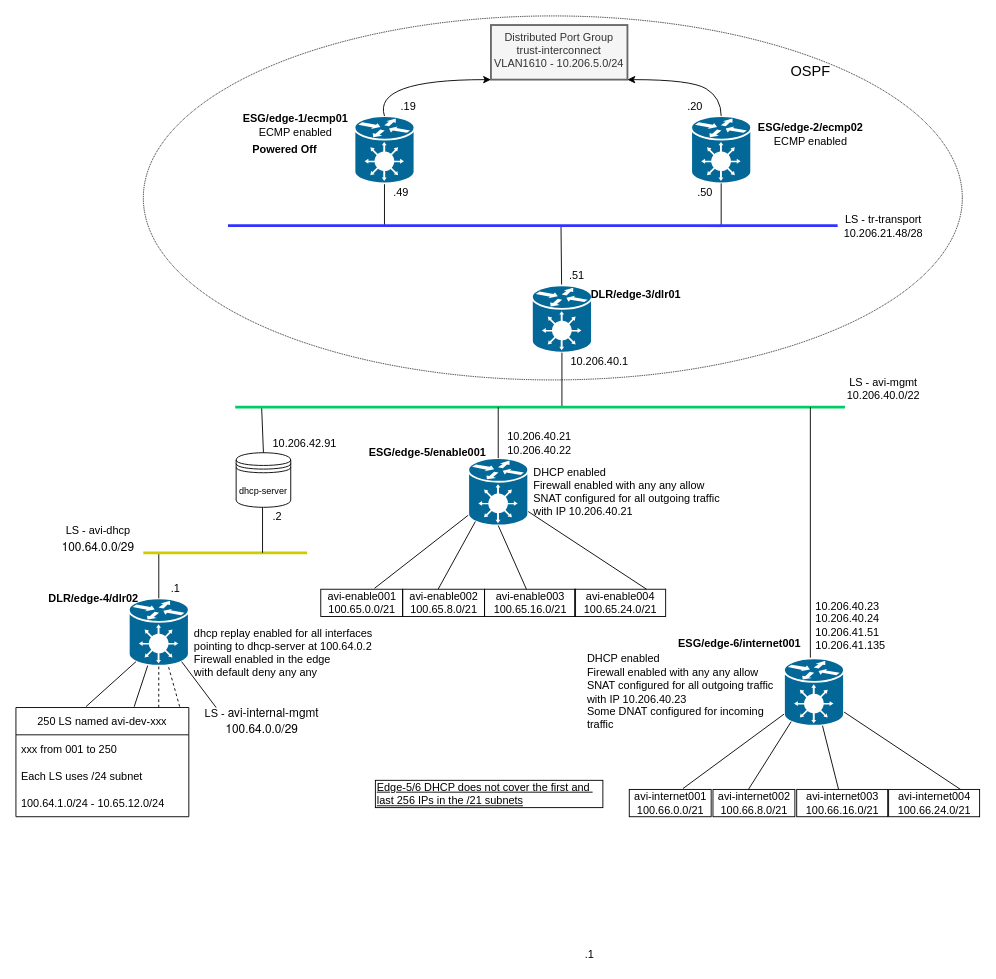
Above: avi_lab_diagram.drawio in SuperTechNow/Avi (draw.io), before the change. Source tidied: cells renumbered, new cells numbered last; positions are measured from the earlier drawing's top-left corner, leaving out a move shared by most shapes. Both pictures are drawn from the tidied source at 91%, with x=0, y=0 at pixel (15, 15).
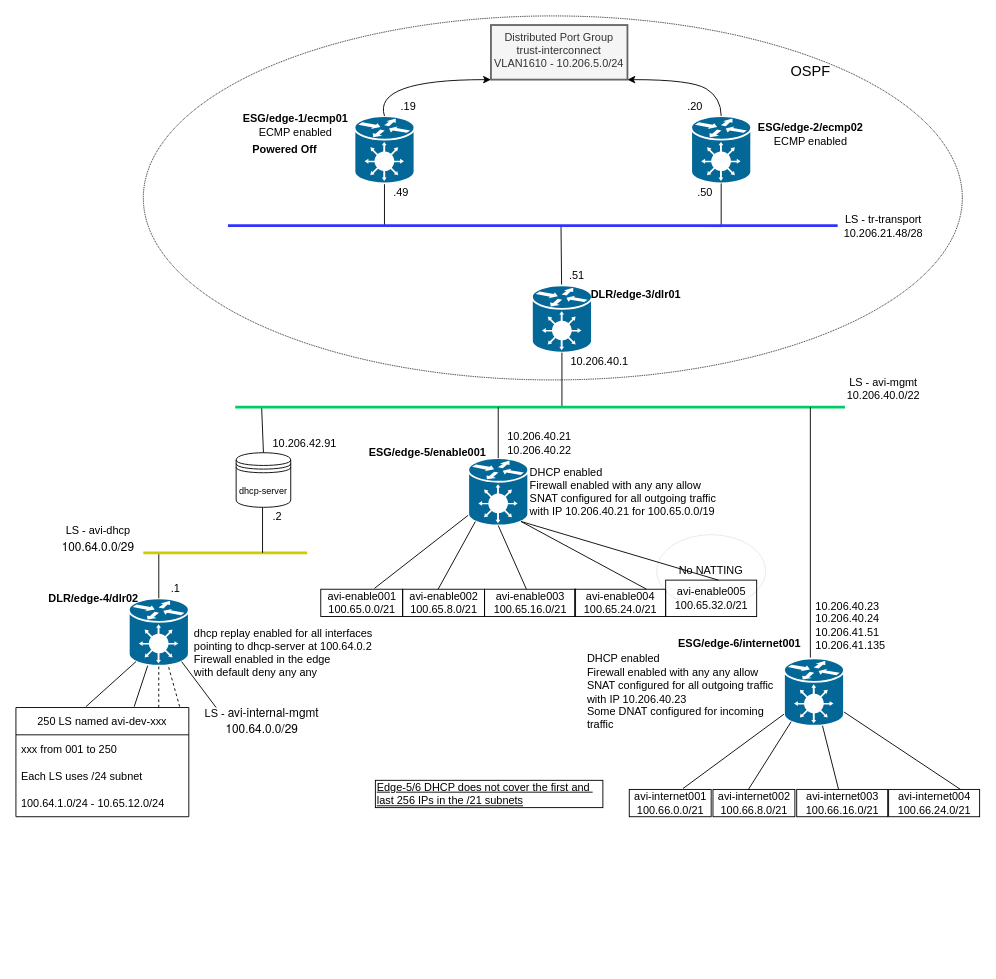
After the change.

Unchanged cells that the change refers to:
```xml
<mxCell id="50" style="shape=mxgraph.cisco.hubs_and_gateways.generic_gateway;sketch=0;html=1;dashed=0;fillColor=#036897;strokeColor=#ffffff;strokeWidth=2;verticalLabelPosition=bottom;verticalAlign=top;align=center;outlineConnect=0;" parent="1" vertex="1">
  <mxGeometry x="497" y="486" width="66" height="74" as="geometry" />
</mxCell>
<mxCell id="61" value="avi-enable004&lt;br&gt;100.65.24.0/21" style="text;html=1;align=center;verticalAlign=middle;points=[];fillColor=none;strokeColor=default;rounded=0;" parent="1" vertex="1">
  <mxGeometry x="614" y="630" width="100" height="30" as="geometry" />
</mxCell>
```

What changed in the source:
```diff
@@
+    <mxCell id="78" value="No NATTING" style="ellipse;whiteSpace=wrap;html=1;strokeWidth=0;" parent="1" vertex="1">
+      <mxGeometry x="704" y="570" width="120" height="80" as="geometry" />
+    </mxCell>
@@
-    <mxCell id="39" value=".1" style="text;html=1;align=center;verticalAlign=middle;fillColor=none;strokeColor=none;rounded=0;" parent="1" vertex="1">
-      <mxGeometry x="615" y="1021.5" width="30" height="20" as="geometry" />
-    </mxCell>
@@
-    <mxCell id="62" style="endArrow=none;html=1;rounded=0;exitX=0.79;exitY=0;exitDx=0;exitDy=0;exitPerimeter=0;" parent="1" edge="1" source="61" target="50">
+    <mxCell id="62" style="endArrow=none;html=1;rounded=0;exitX=0.79;exitY=0;exitDx=0;exitDy=0;exitPerimeter=0;entryX=0.88;entryY=0.94;entryDx=0;entryDy=0;entryPerimeter=0;" parent="1" edge="1" source="61" target="50">
       <mxGeometry relative="1" as="geometry" />
     </mxCell>
-    <mxCell id="63" value="DHCP enabled&lt;br&gt;Firewall enabled with any any allow&lt;br&gt;SNAT configured for all outgoing traffic&lt;br&gt;with IP 10.206.40.21" style="text;html=1;align=left;verticalAlign=middle;fillColor=none;strokeColor=none;rounded=0;" parent="1" vertex="1">
-      <mxGeometry x="567" y="493" width="220" height="60" as="geometry" />
+    <mxCell id="63" value="DHCP enabled&lt;br&gt;Firewall enabled with any any allow&lt;br&gt;SNAT configured for all outgoing traffic&lt;br&gt;with IP 10.206.40.21 for 100.65.0.0/19" style="text;html=1;align=left;verticalAlign=middle;fillColor=none;strokeColor=none;rounded=0;" parent="1" vertex="1">
+      <mxGeometry x="563" y="488" width="230" height="70" as="geometry" />
     </mxCell>
@@
+    <mxCell id="79" style="endArrow=none;html=1;rounded=0;entryX=0.88;entryY=0.94;entryDx=0;entryDy=0;entryPerimeter=0;" parent="1" edge="1" target="50">
+      <mxGeometry relative="1" as="geometry">
+        <mxPoint x="772" y="620" as="sourcePoint" />
+      </mxGeometry>
+    </mxCell>
+    <mxCell id="80" value="avi-enable005&lt;br&gt;100.65.32.0/21" style="text;html=1;align=center;verticalAlign=middle;fillColor=none;strokeColor=default;rounded=0;" parent="1" vertex="1">
+      <mxGeometry x="714" y="620" width="100" height="40" as="geometry" />
+    </mxCell>
```
